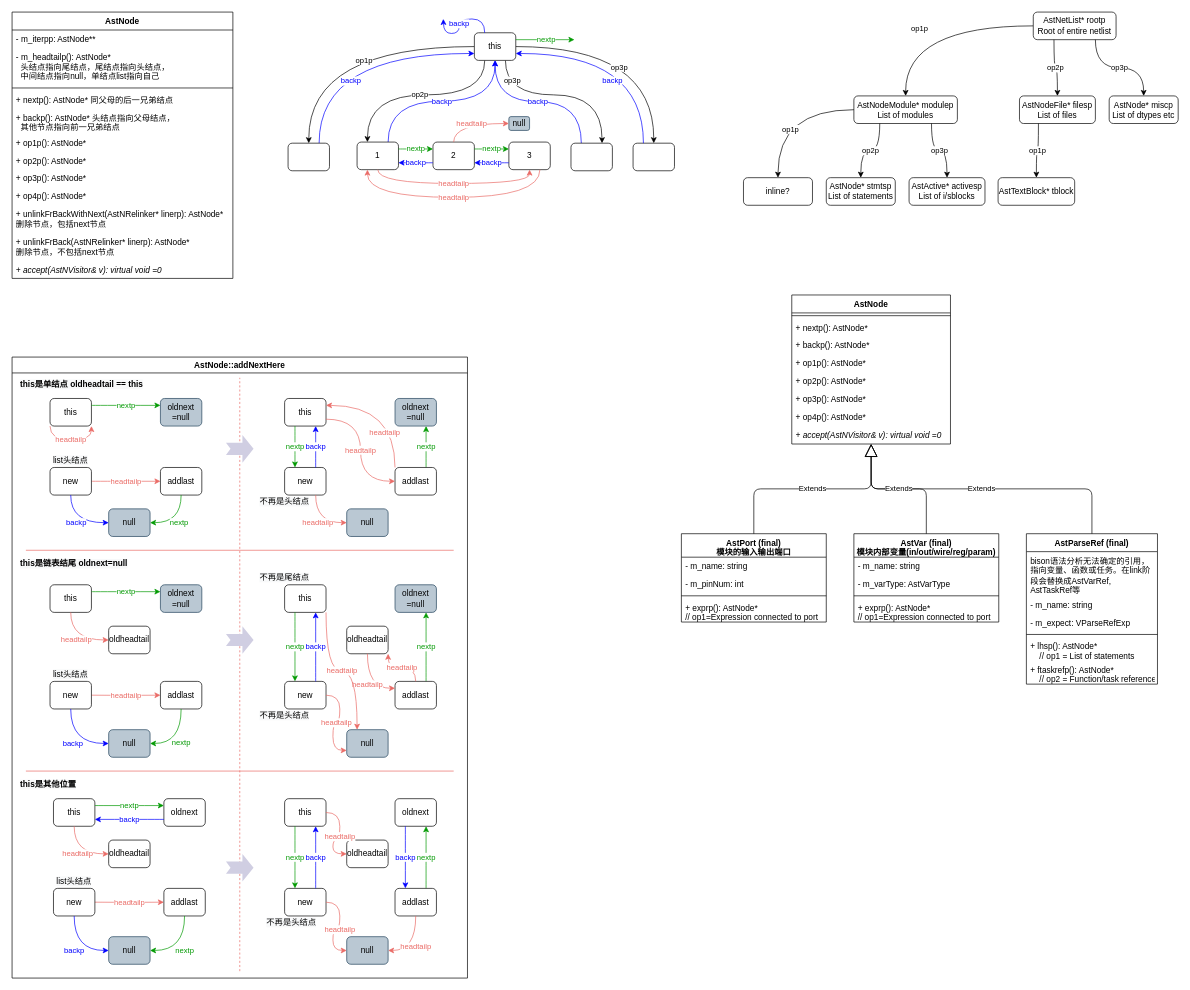
Earlier version of the draw.io diagram verilator_digrams/V3AstNode.drawio (Dercury/CLDK). Source tidied: cells renumbered, new cells numbered last; positions are measured from the earlier drawing's top-left corner, leaving out a move shared by most shapes. Both pictures are drawn from the tidied source at 69%, with x=0, y=0 at pixel (12, 12).
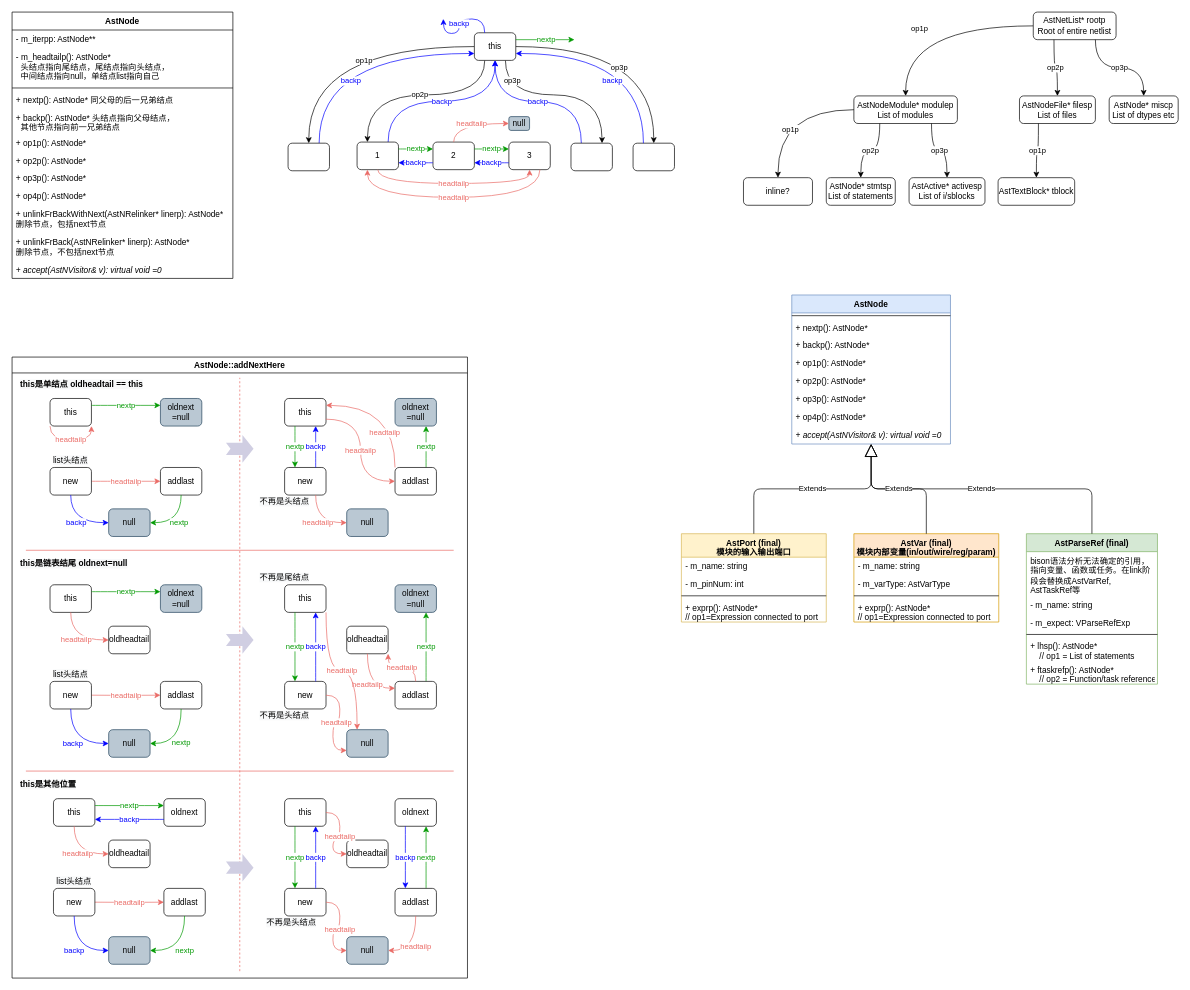
The same page after the edit.

The edit, as a diff of the source:
```diff
@@
-    <mxCell id="142" value="AstParseRef (final)" style="swimlane;fontStyle=1;align=center;verticalAlign=top;horizontal=1;startSize=26;" parent="1" vertex="1">
+    <mxCell id="142" value="AstParseRef (final)" style="swimlane;fontStyle=1;align=center;verticalAlign=top;horizontal=1;startSize=26;fillColor=#d5e8d4;strokeColor=#82b366;" parent="1" vertex="1">
       <mxGeometry x="1470" y="756" width="190" height="218" as="geometry" />
     </mxCell>
@@
-    <mxCell id="149" value="AstNode" style="swimlane;fontStyle=1;align=center;verticalAlign=top;horizontal=1;startSize=26;" parent="1" vertex="1">
+    <mxCell id="149" value="AstNode" style="swimlane;fontStyle=1;align=center;verticalAlign=top;horizontal=1;startSize=26;fillColor=#dae8fc;strokeColor=#6c8ebf;" parent="1" vertex="1">
       <mxGeometry x="1130" y="410" width="230" height="216" as="geometry" />
     </mxCell>
@@
-    <mxCell id="159" value="AstPort (final)&#10;模块的输入输出端口" style="swimlane;fontStyle=1;align=center;verticalAlign=top;horizontal=1;startSize=34;" parent="1" vertex="1">
+    <mxCell id="159" value="AstPort (final)&#10;模块的输入输出端口" style="swimlane;fontStyle=1;align=center;verticalAlign=top;horizontal=1;startSize=34;fillColor=#fff2cc;strokeColor=#d6b656;" parent="1" vertex="1">
       <mxGeometry x="970" y="756" width="210" height="128" as="geometry" />
     </mxCell>
@@
-    <mxCell id="165" value="AstVar (final)&#10;模块内部变量(in/out/wire/reg/param)" style="swimlane;fontStyle=1;align=center;verticalAlign=top;horizontal=1;startSize=34;" parent="1" vertex="1">
+    <mxCell id="165" value="AstVar (final)&#10;模块内部变量(in/out/wire/reg/param)" style="swimlane;fontStyle=1;align=center;verticalAlign=top;horizontal=1;startSize=34;fillColor=#ffe6cc;strokeColor=#d79b00;" parent="1" vertex="1">
       <mxGeometry x="1220" y="756" width="210" height="128" as="geometry" />
     </mxCell>
```
